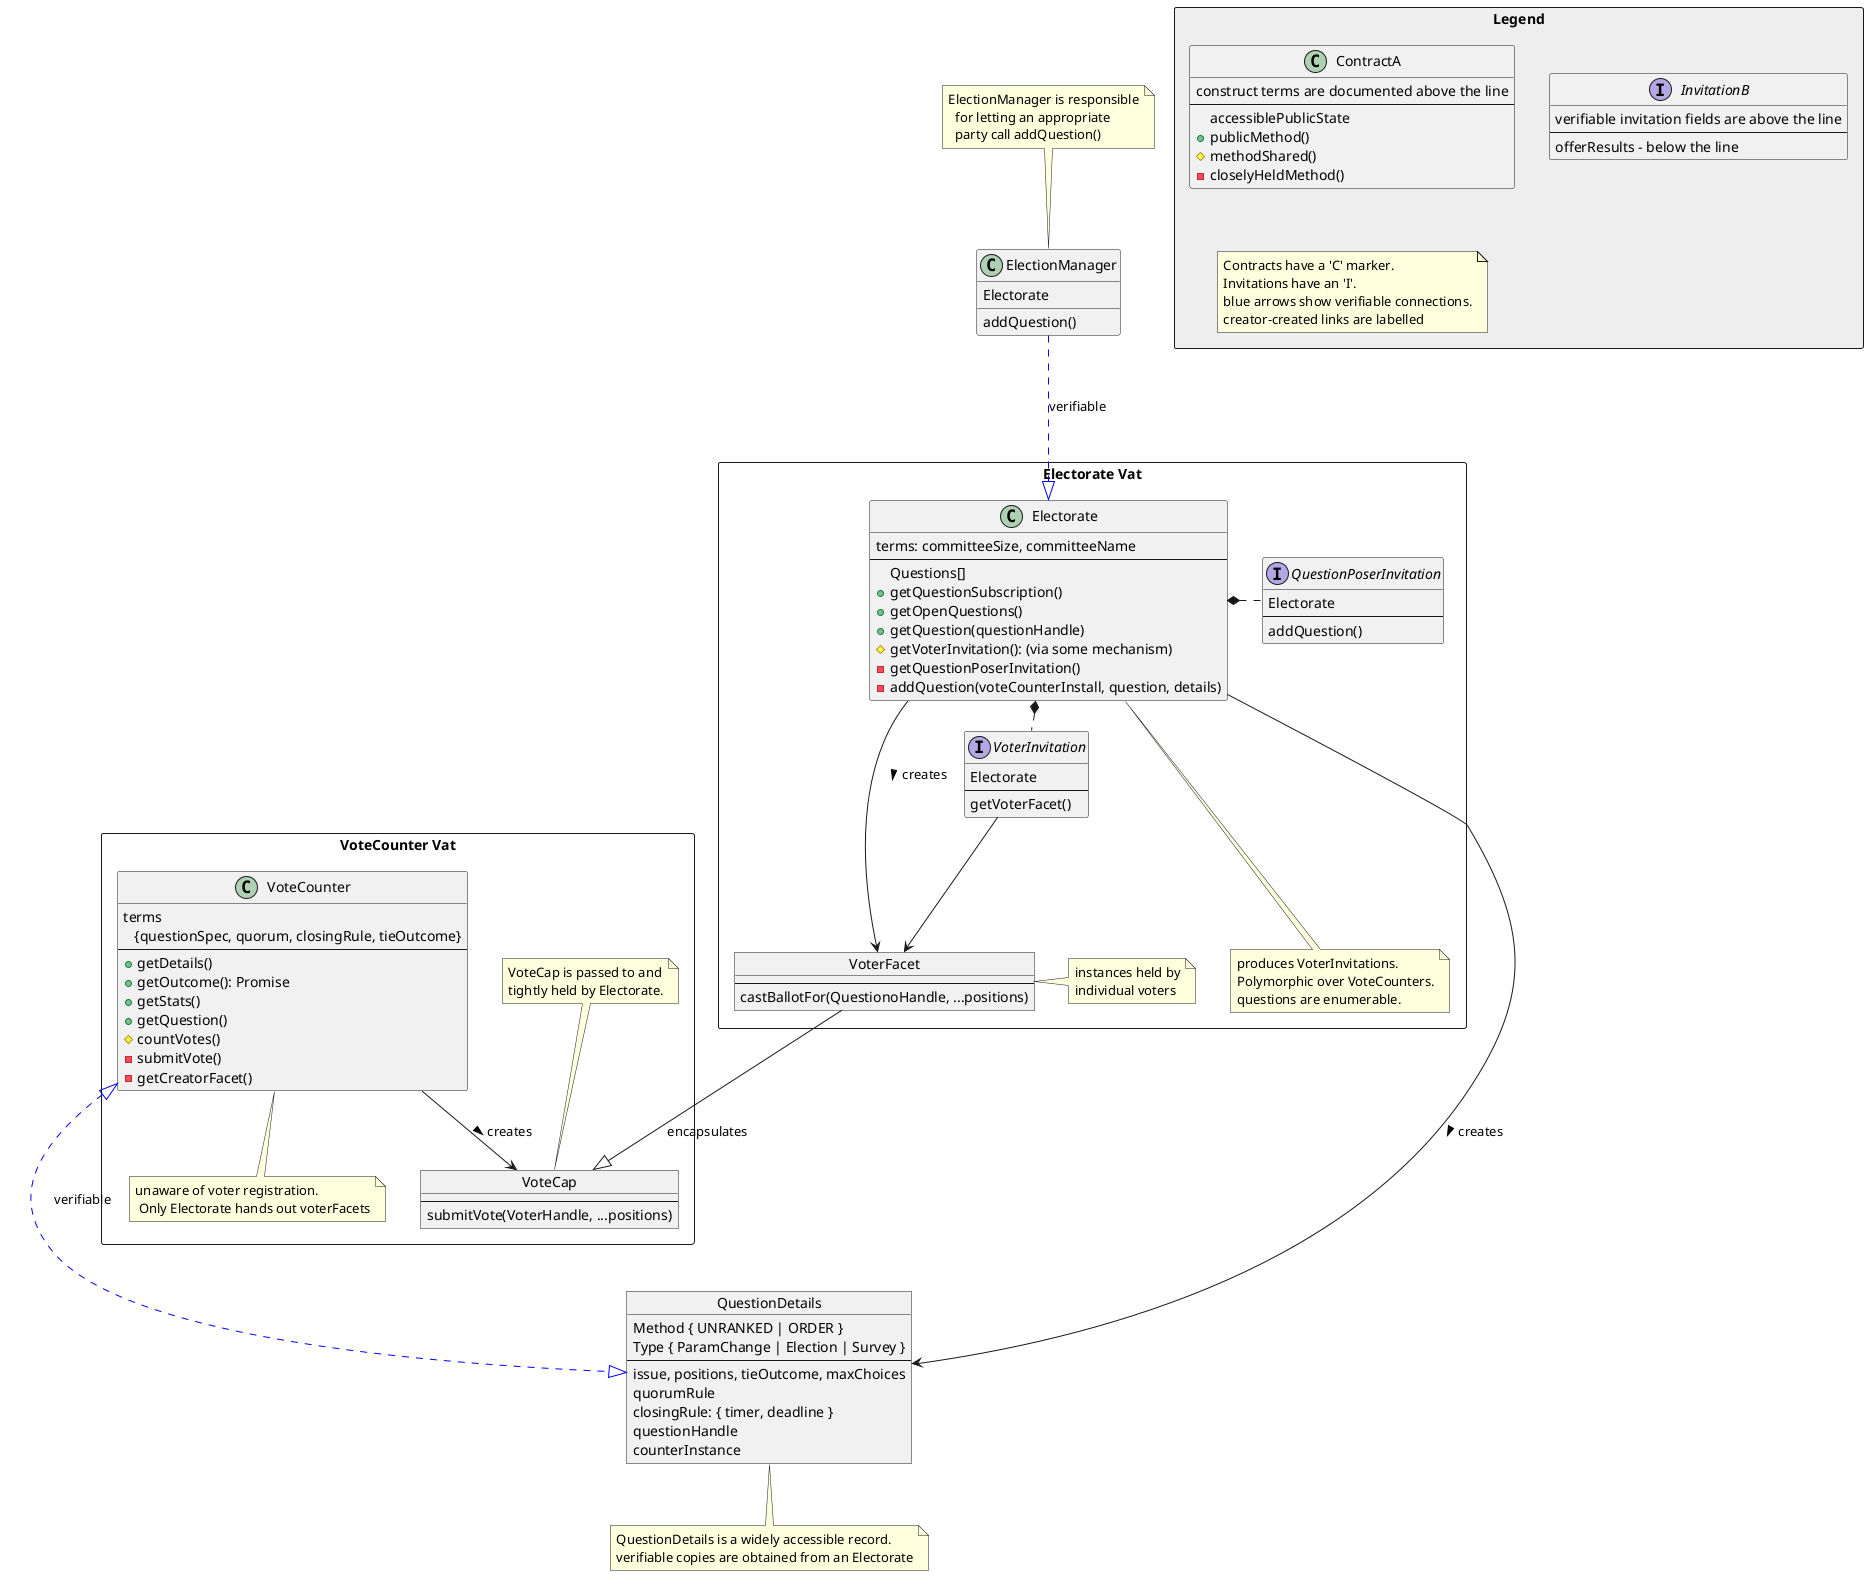
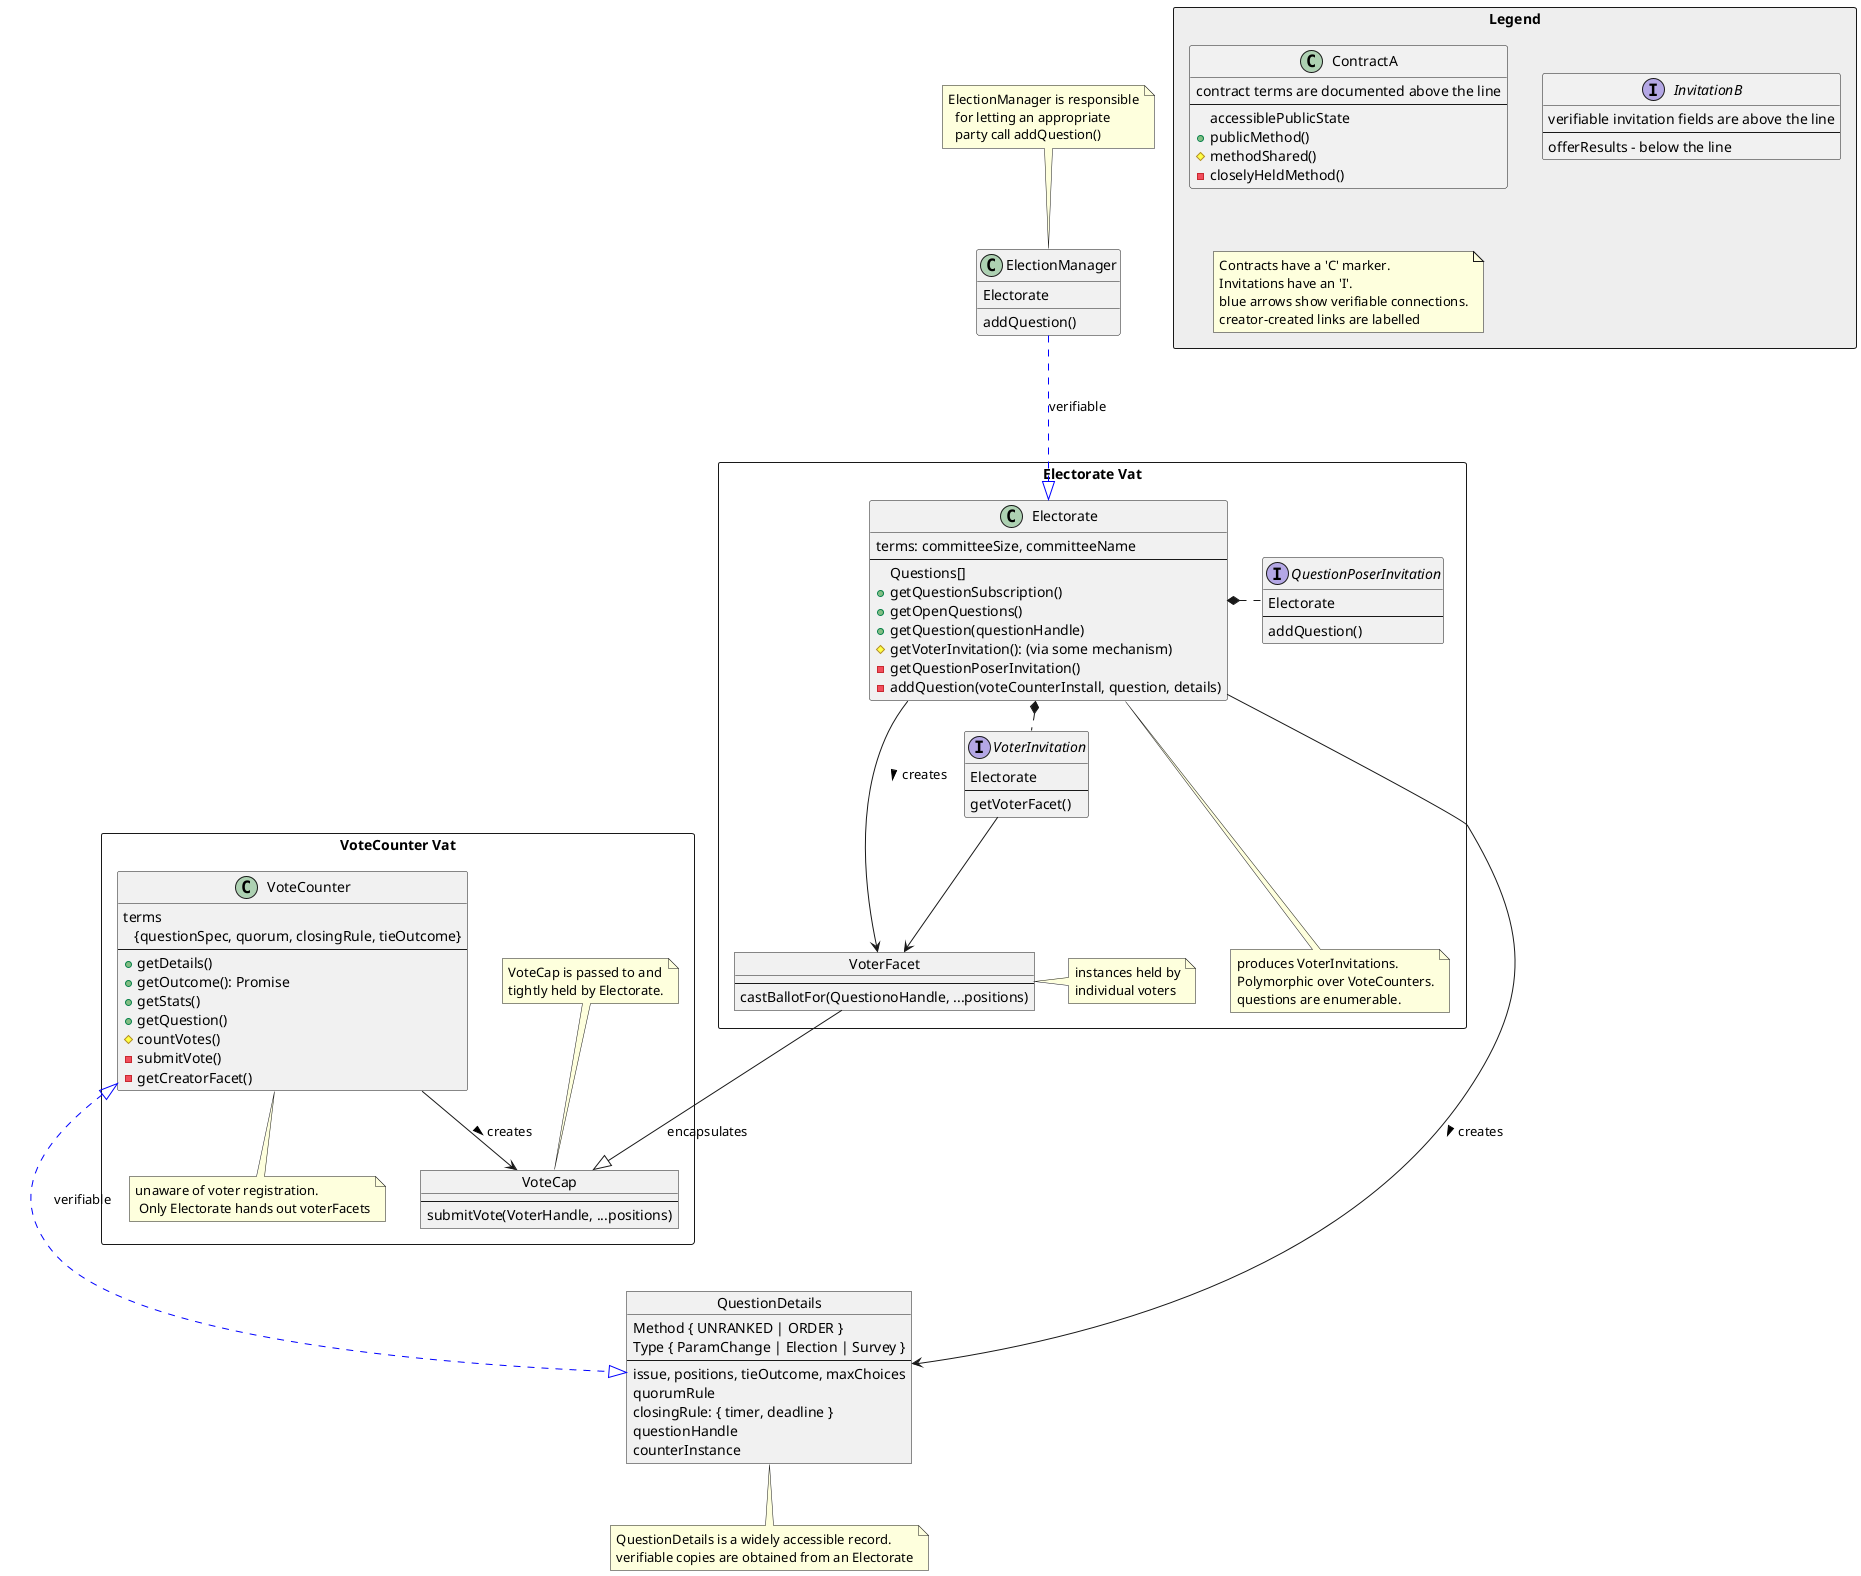
@startuml coreArchitecture

package Legend <<Rectangle>> #EEEEEE {

    class ContractA {
-         construct terms are documented above the line
+         contract terms are documented above the line
        --
          accessiblePublicState
        + publicMethod()
        # methodShared()
        - closelyHeldMethod()
    }

    interface InvitationB {
        verifiable invitation fields are above the line
        --
        offerResults - below the line
    }

    note "Contracts have a 'C' marker.\nInvitations have an 'I'.\nblue arrows show verifiable connections.\ncreator-created links are labelled" as NC
}

package "Electorate Vat" <<Rectangle>>  {
    class Electorate {
        terms: committeeSize, committeeName
        --
        Questions[]
        +getQuestionSubscription()
        +getOpenQuestions()
        +getQuestion(questionHandle)
        #getVoterInvitation(): (via some mechanism)
        -getQuestionPoserInvitation()
        -addQuestion(voteCounterInstall, question, details)
    }

    note "produces VoterInvitations.\nPolymorphic over VoteCounters.\nquestions are enumerable." as N1
    Electorate .. N1

    interface QuestionPoserInvitation {
        Electorate
        --
        addQuestion()
    }

    interface VoterInvitation {
        Electorate
        --
        getVoterFacet()
    }

    object VoterFacet {
        ---
        castBallotFor(QuestionoHandle, ...positions)
    }
    note "instances held by\nindividual voters" as NVF
    VoterFacet . NVF

    Electorate --> VoterFacet : creates >
}

object QuestionDetails {
    Method { UNRANKED | ORDER }
    Type { ParamChange | Election | Survey }
    --
    issue, positions, tieOutcome, maxChoices
    quorumRule
    closingRule: { timer, deadline }
    questionHandle
    counterInstance
}

note "QuestionDetails is a widely accessible record.\nverifiable copies are obtained from an Electorate" as N3
QuestionDetails .. N3

package "VoteCounter Vat" <<Rectangle>>  {
    class VoteCounter {
        terms\n   {questionSpec, quorum, closingRule, tieOutcome}
        --
        +getDetails()
        +getOutcome(): Promise
        +getStats()
        +getQuestion()
        #countVotes()
        -submitVote()
        -getCreatorFacet()
    }

    object VoteCap {
        ---
        submitVote(VoterHandle, ...positions)
    }
    note top: VoteCap is passed to and\ntightly held by Electorate.

    note "unaware of voter registration.\n Only Electorate hands out voterFacets" as N2
    VoteCounter .. N2

    VoteCounter --> VoteCap : creates >
}

class ElectionManager {
    Electorate
    addQuestion()
}
note top : ElectionManager is responsible\n  for letting an appropriate\n  party call addQuestion()

ElectionManager -.[#blue]-|> Electorate : verifiable

Electorate *. VoterInvitation
Electorate *. QuestionPoserInvitation
VoterInvitation -> VoterFacet
Electorate -> QuestionDetails : creates >
VoteCounter <|-.[#blue]-|> QuestionDetails : verifiable

VoterFacet --|> VoteCap : encapsulates

@enduml